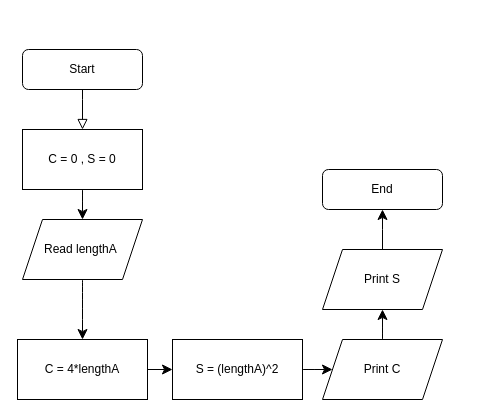
Above: page "Hình vuông" (1 of 4) of Biểu đồ không có tiêu đề.drawio in LONGDKZdev/Flowchart (draw.io), before the change. Source tidied: cells renumbered, new cells numbered last; positions are measured from the earlier drawing's top-left corner, leaving out a move shared by most shapes. Both pictures are drawn from the tidied source at 100%, with x=0, y=0 at pixel (17, 49).
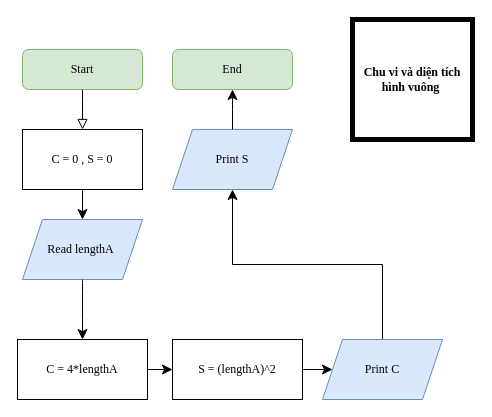
The same page after the edit.

The edit, as a diff of the source:
```diff
@@
-    <mxCell id="2" style="rounded=0;html=1;jettySize=auto;fontSize=11;endArrow=block;endFill=0;endSize=8;strokeWidth=1;shadow=0;labelBackgroundColor=none;edgeStyle=orthogonalEdgeStyle;entryX=0.5;entryY=0;entryDx=0;entryDy=0;exitX=0.5;exitY=1;exitDx=0;exitDy=0;" parent="1" edge="1" source="3">
+    <mxCell id="2" style="rounded=0;html=1;jettySize=auto;fontSize=11;endArrow=block;endFill=0;endSize=8;strokeWidth=1;shadow=0;labelBackgroundColor=none;edgeStyle=orthogonalEdgeStyle;entryX=0.5;entryY=0;entryDx=0;entryDy=0;exitX=0.5;exitY=1;exitDx=0;exitDy=0;fontFamily=Times New Roman;" parent="1" edge="1" source="3">
       <mxGeometry relative="1" as="geometry">
         <mxPoint x="65" y="80" as="targetPoint" />
         <Array as="points">
           <mxPoint x="65" y="50" />
         </Array>
       </mxGeometry>
     </mxCell>
-    <mxCell id="3" value="Start" style="rounded=1;whiteSpace=wrap;html=1;fontSize=12;glass=0;strokeWidth=1;shadow=0;" parent="1" vertex="1">
+    <mxCell id="3" value="Start" style="rounded=1;whiteSpace=wrap;html=1;fontSize=12;glass=0;strokeWidth=1;shadow=0;fillColor=#d5e8d4;strokeColor=#82b366;fontFamily=Times New Roman;" parent="1" vertex="1">
       <mxGeometry x="5" width="120" height="40" as="geometry" />
     </mxCell>
-    <mxCell id="4" style="edgeStyle=none;curved=1;rounded=0;orthogonalLoop=1;jettySize=auto;html=1;fontSize=12;startSize=8;endSize=8;exitX=0.5;exitY=1;exitDx=0;exitDy=0;" parent="1" edge="1">
+    <mxCell id="4" style="edgeStyle=none;curved=1;rounded=0;orthogonalLoop=1;jettySize=auto;html=1;fontSize=12;startSize=8;endSize=8;exitX=0.5;exitY=1;exitDx=0;exitDy=0;fontFamily=Times New Roman;" parent="1" edge="1">
       <mxGeometry relative="1" as="geometry">
         <mxPoint x="65" y="140" as="sourcePoint" />
         <mxPoint x="65" y="170" as="targetPoint" />
       </mxGeometry>
     </mxCell>
-    <mxCell id="5" value="Read lengthA&amp;nbsp;" style="shape=parallelogram;perimeter=parallelogramPerimeter;whiteSpace=wrap;html=1;fixedSize=1;" parent="1" vertex="1">
+    <mxCell id="5" value="Read lengthA&amp;nbsp;" style="shape=parallelogram;perimeter=parallelogramPerimeter;whiteSpace=wrap;html=1;fixedSize=1;fillColor=#dae8fc;strokeColor=#6c8ebf;fontFamily=Times New Roman;" parent="1" vertex="1">
       <mxGeometry x="5" y="170" width="120" height="60" as="geometry" />
     </mxCell>
-    <mxCell id="6" value="C = 0 , S = 0" style="rounded=0;whiteSpace=wrap;html=1;" parent="1" vertex="1">
+    <mxCell id="6" value="C = 0 , S = 0" style="rounded=0;whiteSpace=wrap;html=1;fontFamily=Times New Roman;" parent="1" vertex="1">
       <mxGeometry x="5" y="80" width="120" height="60" as="geometry" />
     </mxCell>
-    <mxCell id="7" style="edgeStyle=none;curved=1;rounded=0;jettySize=auto;html=1;fontSize=12;startSize=8;endSize=8;exitX=0.5;exitY=0;exitDx=0;exitDy=0;entryX=0.5;entryY=1;entryDx=0;entryDy=0;" parent="1" edge="1" source="13" target="12">
+    <mxCell id="7" style="edgeStyle=orthogonalEdgeStyle;rounded=0;jettySize=auto;html=1;fontSize=12;startSize=8;endSize=8;exitX=0.5;exitY=0;exitDx=0;exitDy=0;entryX=0.5;entryY=1;entryDx=0;entryDy=0;fontFamily=Times New Roman;" parent="1" edge="1" source="13" target="12">
       <mxGeometry relative="1" as="geometry" />
     </mxCell>
-    <mxCell id="8" value="C = 4*lengthA" style="whiteSpace=wrap;html=1;" parent="1" vertex="1">
+    <mxCell id="8" value="C = 4*lengthA" style="whiteSpace=wrap;html=1;fontFamily=Times New Roman;" parent="1" vertex="1">
       <mxGeometry y="290" width="130" height="60" as="geometry" />
     </mxCell>
-    <mxCell id="9" style="edgeStyle=none;curved=1;rounded=0;jettySize=auto;html=1;fontSize=12;startSize=8;endSize=8;" parent="1" edge="1" source="10" target="13">
+    <mxCell id="9" style="edgeStyle=none;curved=1;rounded=0;jettySize=auto;html=1;fontSize=12;startSize=8;endSize=8;fontFamily=Times New Roman;" parent="1" edge="1" source="10" target="13">
       <mxGeometry relative="1" as="geometry" />
     </mxCell>
-    <mxCell id="10" value="S = (lengthA)^2" style="whiteSpace=wrap;html=1;" parent="1" vertex="1">
+    <mxCell id="10" value="S = (lengthA)^2" style="whiteSpace=wrap;html=1;fontFamily=Times New Roman;" parent="1" vertex="1">
       <mxGeometry x="155" y="290" width="130" height="60" as="geometry" />
     </mxCell>
-    <mxCell id="11" style="edgeStyle=elbowEdgeStyle;elbow=vertical;endArrow=classic;html=1;curved=0;rounded=0;endSize=8;startSize=8;fontSize=12;exitX=1;exitY=0.5;exitDx=0;exitDy=0;entryX=0;entryY=0.5;entryDx=0;entryDy=0;" parent="1" edge="1" source="8" target="10">
+    <mxCell id="11" style="edgeStyle=elbowEdgeStyle;elbow=vertical;endArrow=classic;html=1;curved=0;rounded=0;endSize=8;startSize=8;fontSize=12;exitX=1;exitY=0.5;exitDx=0;exitDy=0;entryX=0;entryY=0.5;entryDx=0;entryDy=0;fontFamily=Times New Roman;" parent="1" edge="1" source="8" target="10">
       <mxGeometry relative="1" as="geometry" />
     </mxCell>
-    <mxCell id="12" value="Print S" style="shape=parallelogram;perimeter=parallelogramPerimeter;whiteSpace=wrap;html=1;fixedSize=1;" parent="1" vertex="1">
-      <mxGeometry x="305" y="200" width="120" height="60" as="geometry" />
+    <mxCell id="12" value="Print S" style="shape=parallelogram;perimeter=parallelogramPerimeter;whiteSpace=wrap;html=1;fixedSize=1;fillColor=#dae8fc;strokeColor=#6c8ebf;fontFamily=Times New Roman;" parent="1" vertex="1">
+      <mxGeometry x="155" y="80" width="120" height="60" as="geometry" />
     </mxCell>
-    <mxCell id="13" value="Print C" style="shape=parallelogram;perimeter=parallelogramPerimeter;whiteSpace=wrap;html=1;fixedSize=1;" parent="1" vertex="1">
+    <mxCell id="13" value="Print C" style="shape=parallelogram;perimeter=parallelogramPerimeter;whiteSpace=wrap;html=1;fixedSize=1;fillColor=#dae8fc;strokeColor=#6c8ebf;fontFamily=Times New Roman;" parent="1" vertex="1">
       <mxGeometry x="305" y="290" width="120" height="60" as="geometry" />
     </mxCell>
-    <mxCell id="14" style="edgeStyle=elbowEdgeStyle;elbow=vertical;endArrow=classic;html=1;curved=0;rounded=0;endSize=8;startSize=8;fontSize=12;exitX=0.5;exitY=0;exitDx=0;exitDy=0;entryX=0.5;entryY=1;entryDx=0;entryDy=0;" parent="1" edge="1" source="12" target="15">
+    <mxCell id="14" style="edgeStyle=elbowEdgeStyle;elbow=vertical;endArrow=classic;html=1;curved=0;rounded=0;endSize=8;startSize=8;fontSize=12;exitX=0.5;exitY=0;exitDx=0;exitDy=0;entryX=0.5;entryY=1;entryDx=0;entryDy=0;fontFamily=Times New Roman;" parent="1" edge="1" source="12" target="15">
       <mxGeometry relative="1" as="geometry">
         <Array as="points">
-          <mxPoint x="375" y="180" />
-          <mxPoint x="515" y="300" />
+          <mxPoint x="215" y="60" />
           <mxPoint x="515" y="200" />
           <mxPoint x="435" y="140" />
         </Array>
       </mxGeometry>
     </mxCell>
-    <mxCell id="15" value="End" style="rounded=1;whiteSpace=wrap;html=1;" parent="1" vertex="1">
-      <mxGeometry x="305" y="120" width="120" height="40" as="geometry" />
+    <mxCell id="15" value="End" style="rounded=1;whiteSpace=wrap;html=1;fillColor=#d5e8d4;strokeColor=#82b366;fontFamily=Times New Roman;" parent="1" vertex="1">
+      <mxGeometry x="155" width="120" height="40" as="geometry" />
     </mxCell>
-    <mxCell id="16" style="edgeStyle=none;curved=1;rounded=0;jettySize=auto;html=1;entryX=0.5;entryY=0;entryDx=0;entryDy=0;fontSize=12;startSize=8;endSize=8;" parent="1" edge="1" source="5" target="8">
+    <mxCell id="16" style="edgeStyle=none;curved=1;rounded=0;jettySize=auto;html=1;entryX=0.5;entryY=0;entryDx=0;entryDy=0;fontSize=12;startSize=8;endSize=8;fontFamily=Times New Roman;" parent="1" edge="1" source="5" target="8">
       <mxGeometry relative="1" as="geometry" />
     </mxCell>
+    <mxCell id="17" value="&lt;b&gt;Chu vi và diện tích hình vuông&amp;nbsp;&lt;/b&gt;" style="whiteSpace=wrap;html=1;glass=0;strokeWidth=5;fontFamily=Times New Roman;" parent="1" vertex="1">
+      <mxGeometry x="335" y="-30" width="120" height="120" as="geometry" />
+    </mxCell>
```
